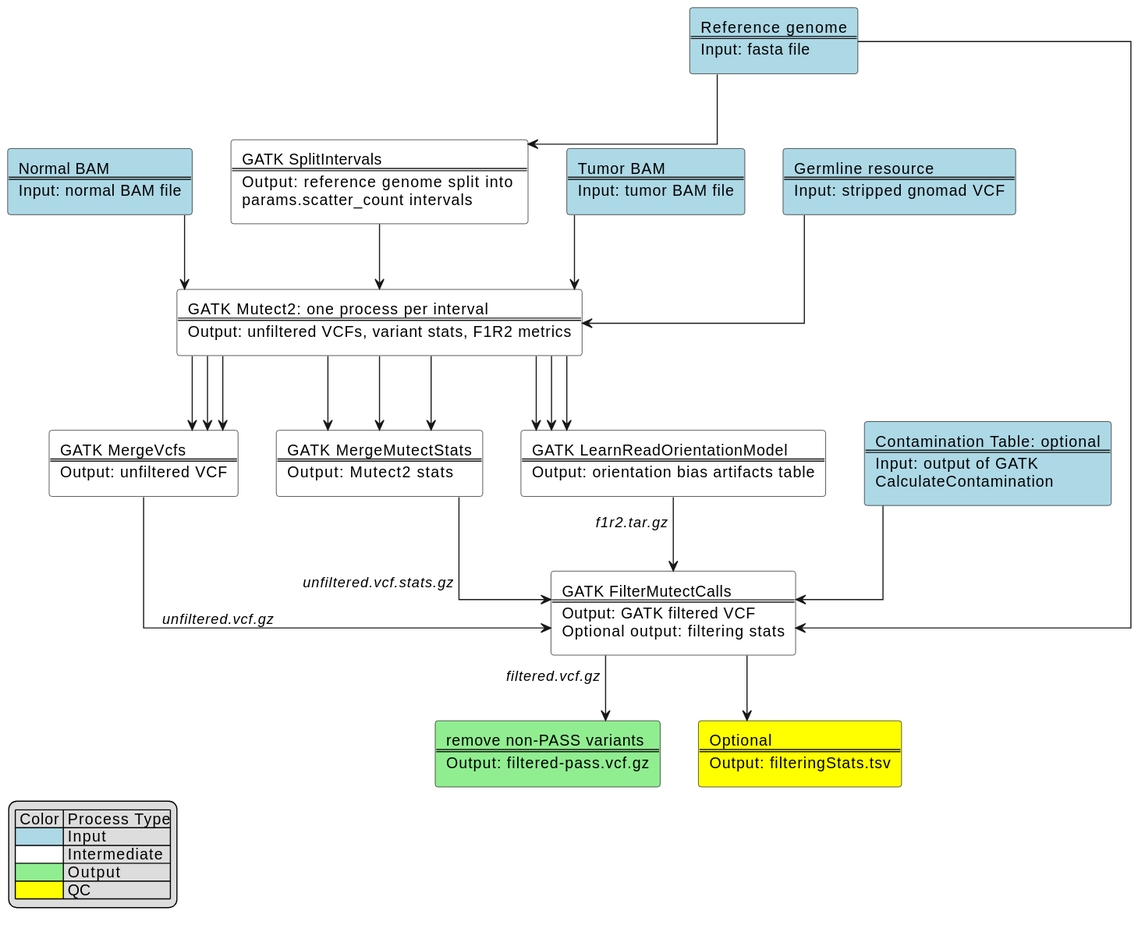
uclahs-cds/pipeline-call-sSNV keeps this PlantUML diagram as docs/mutect2_chart.svg. Above is the earlier version. The source it was exported from:
```plantuml
@startuml mutect2_chart

!include pipeline_elements.iuml!string_functions
!include pipeline_elements.iuml!input_rect
!include pipeline_elements.iuml!output_rect
!include pipeline_elements.iuml!intermediate_rect
!include pipeline_elements.iuml!qc_rect
!include pipeline_elements.iuml!process_legend

skinparam linetype ortho

$input_process(normal_bam, 'Normal BAM', 'Input: normal BAM file')
$input_process(tumor_bam, 'Tumor BAM', 'Input: tumor BAM file')
$input_process(contamination_table, 'Contamination Table: optional', 'Input: output of GATK %newline()CalculateContamination')
$input_process(reference_genome, 'Reference genome', 'Input: fasta file')
$input_process(germline_resource, 'Germline resource', 'Input: stripped gnomad VCF')

$intermediate_process(gatk_splitIntervals, 'GATK SplitIntervals', 'Output: reference genome split into %newline()params.scatter_count intervals')
$intermediate_process(mutect2_call_sSNV, 'GATK Mutect2: one process per interval', 'Output: unfiltered VCFs, variant stats, F1R2 metrics')
$intermediate_process(gatk_mergeVcfs, 'GATK MergeVcfs', 'Output: unfiltered VCF')
$intermediate_process(mutect2_mergeStats, 'GATK MergeMutectStats', 'Output: Mutect2 stats')
$intermediate_process(gatk_learnReadOrientation, 'GATK LearnReadOrientationModel', 'Output: orientation bias artifacts table')
$intermediate_process(mutect2_filterCalls, 'GATK FilterMutectCalls', 'Output: GATK filtered VCF %newline()Optional output: filtering stats')
$output_process(awk_filterVCF, 'remove non-PASS variants', 'Output: filtered-pass.vcf.gz')
$qc_process(gatk_filteringStats, 'Optional', 'Output: filteringStats.tsv')

reference_genome -d-> gatk_splitIntervals
normal_bam -d-> mutect2_call_sSNV
tumor_bam -d-> mutect2_call_sSNV
gatk_splitIntervals -d-> mutect2_call_sSNV
germline_resource -d-> mutect2_call_sSNV
mutect2_call_sSNV -d-> gatk_mergeVcfs
mutect2_call_sSNV -d-> gatk_learnReadOrientation
mutect2_call_sSNV -d-> mutect2_mergeStats
mutect2_call_sSNV -d-> gatk_mergeVcfs
mutect2_call_sSNV -d-> gatk_mergeVcfs
mutect2_call_sSNV -d-> gatk_learnReadOrientation
mutect2_call_sSNV -d-> mutect2_mergeStats
mutect2_call_sSNV -d-> gatk_learnReadOrientation
mutect2_call_sSNV -d-> mutect2_mergeStats

gatk_mergeVcfs -d-> mutect2_filterCalls : // unfiltered.vcf.gz //
gatk_learnReadOrientation -d-> mutect2_filterCalls : // f1r2.tar.gz //
mutect2_mergeStats -d-> mutect2_filterCalls : // unfiltered.vcf.stats.gz //
reference_genome -d-> mutect2_filterCalls
contamination_table -d-> mutect2_filterCalls
mutect2_filterCalls -d-> gatk_filteringStats
mutect2_filterCalls -d-> awk_filterVCF : // filtered.vcf.gz //

$add_legend('left')

@enduml
```
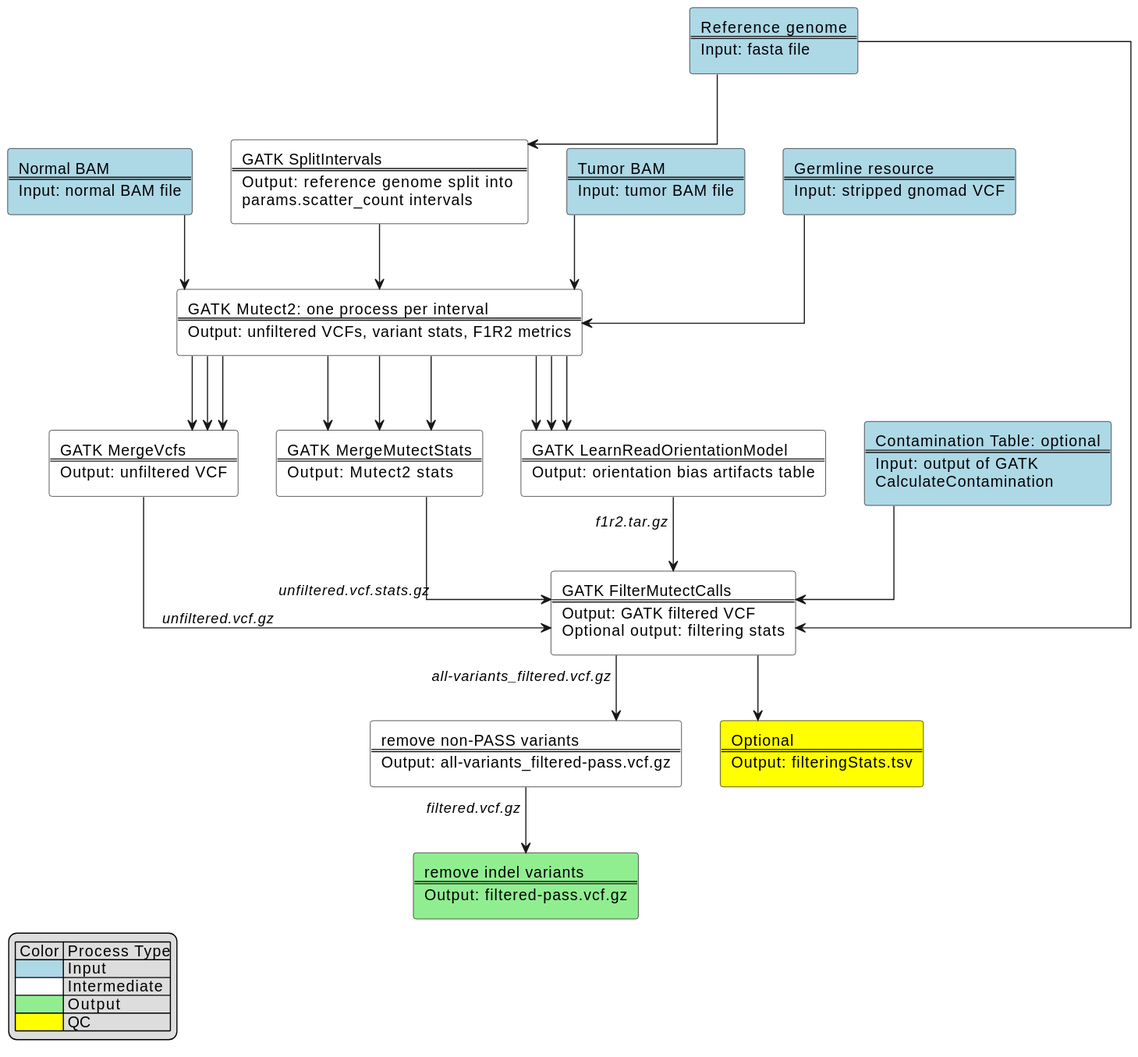
After the change.

What changed in the source:
```diff
@@ -21,7 +21,8 @@
 $intermediate_process(mutect2_mergeStats, 'GATK MergeMutectStats', 'Output: Mutect2 stats')
 $intermediate_process(gatk_learnReadOrientation, 'GATK LearnReadOrientationModel', 'Output: orientation bias artifacts table')
 $intermediate_process(mutect2_filterCalls, 'GATK FilterMutectCalls', 'Output: GATK filtered VCF %newline()Optional output: filtering stats')
-$output_process(awk_filterVCF, 'remove non-PASS variants', 'Output: filtered-pass.vcf.gz')
+$intermediate_process(awk_filterVCF, 'remove non-PASS variants', 'Output: all-variants_filtered-pass.vcf.gz')
+$output_process(bcftools_rmIndels, 'remove indel variants', 'Output: filtered-pass.vcf.gz')
 $qc_process(gatk_filteringStats, 'Optional', 'Output: filteringStats.tsv')
 
 reference_genome -d-> gatk_splitIntervals
@@ -45,7 +46,8 @@
 reference_genome -d-> mutect2_filterCalls
 contamination_table -d-> mutect2_filterCalls
 mutect2_filterCalls -d-> gatk_filteringStats
-mutect2_filterCalls -d-> awk_filterVCF : // filtered.vcf.gz //
+mutect2_filterCalls -d-> awk_filterVCF : // all-variants_filtered.vcf.gz //
+awk_filterVCF -d-> bcftools_rmIndels : // filtered.vcf.gz //
 
 $add_legend('left')
 
```
